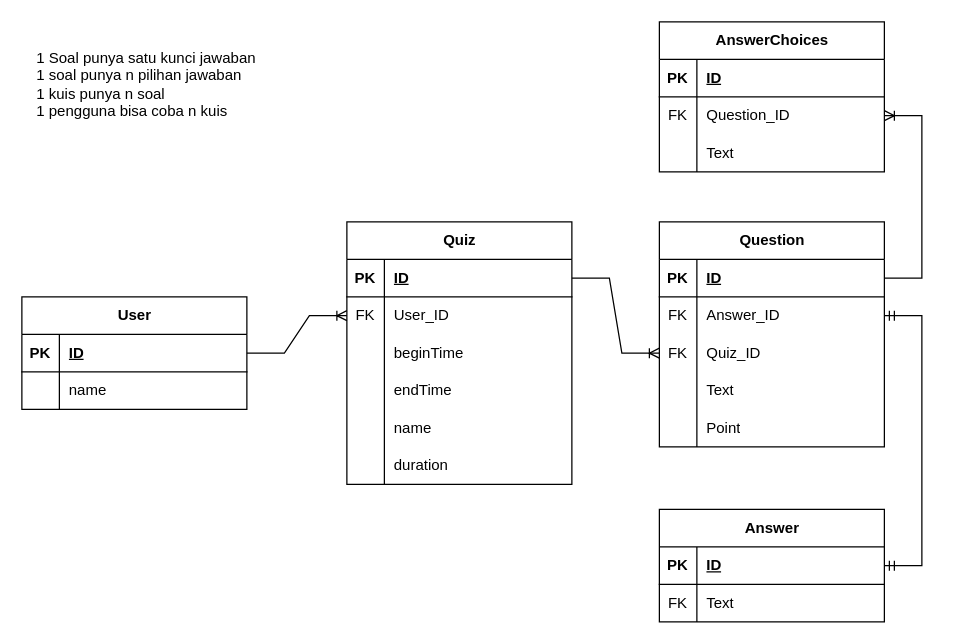
Yuquiz/Yuquiz-BE keeps this draw.io diagram as misc/quizSchema.drawio. Above is the earlier version. Source tidied: cells renumbered, new cells numbered last; positions are measured from the earlier drawing's top-left corner, leaving out a move shared by most shapes. Both pictures are drawn from the tidied source at 125%, with x=0, y=0 at pixel (21, 21).
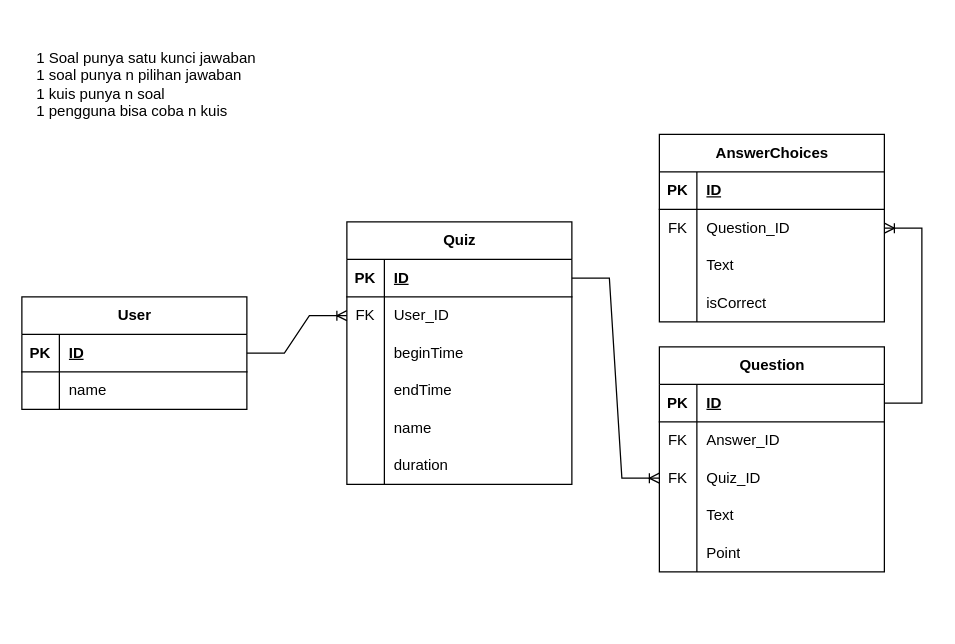
The same diagram, later.

Commit message (it also covers changes not shown here):
ref: update schema

Unchanged cells that the change refers to:
```xml
<mxCell id="3" style="shape=tableRow;horizontal=0;startSize=0;swimlaneHead=0;swimlaneBody=0;fillColor=none;points=[[0,0.5],[1,0.5]];portConstraint=eastwest;top=0;left=0;right=0;bottom=1;" parent="2" vertex="1">
  <mxGeometry y="30" width="180" height="30" as="geometry" />
</mxCell>
<mxCell id="6" style="shape=tableRow;horizontal=0;startSize=0;swimlaneHead=0;swimlaneBody=0;fillColor=none;points=[[0,0.5],[1,0.5]];portConstraint=eastwest;top=0;left=0;right=0;bottom=0;" parent="2" vertex="1">
  <mxGeometry y="60" width="180" height="30" as="geometry" />
</mxCell>
<mxCell id="29" style="shape=tableRow;horizontal=0;startSize=0;swimlaneHead=0;swimlaneBody=0;fillColor=none;points=[[0,0.5],[1,0.5]];portConstraint=eastwest;top=0;left=0;right=0;bottom=0;" parent="25" vertex="1">
  <mxGeometry y="60" width="180" height="30" as="geometry" />
</mxCell>
```

The edit, as a diff of the source:
```diff
@@
     <mxCell id="2" value="Question" style="shape=table;startSize=30;childLayout=tableLayout;rowLines=0;fontStyle=1;align=center;html=1;" parent="1" vertex="1">
-      <mxGeometry x="510" y="160" width="180" height="180" as="geometry" />
+      <mxGeometry x="510" y="260" width="180" height="180" as="geometry" />
     </mxCell>
@@
-    <mxCell id="18" value="Answer" style="shape=table;startSize=30;childLayout=tableLayout;rowLines=0;fontStyle=1;align=center;html=1;" parent="1" vertex="1">
-      <mxGeometry x="510" y="390" width="180" height="90" as="geometry" />
-    </mxCell>
-    <mxCell id="19" style="shape=tableRow;horizontal=0;startSize=0;swimlaneHead=0;swimlaneBody=0;fillColor=none;points=[[0,0.5],[1,0.5]];portConstraint=eastwest;top=0;left=0;right=0;bottom=1;" parent="18" vertex="1">
-      <mxGeometry y="30" width="180" height="30" as="geometry" />
-    </mxCell>
-    <mxCell id="20" value="PK" style="shape=partialRectangle;fillColor=none;top=0;left=0;bottom=0;right=0;fontStyle=1;overflow=hidden;whiteSpace=wrap;html=1;" parent="19" vertex="1">
-      <mxGeometry width="30" height="30" as="geometry" />
-    </mxCell>
-    <mxCell id="21" value="ID" style="shape=partialRectangle;fillColor=none;top=0;left=0;bottom=0;right=0;align=left;spacingLeft=6;fontStyle=5;overflow=hidden;whiteSpace=wrap;html=1;" parent="19" vertex="1">
-      <mxGeometry x="30" width="150" height="30" as="geometry" />
-    </mxCell>
-    <mxCell id="22" style="shape=tableRow;horizontal=0;startSize=0;swimlaneHead=0;swimlaneBody=0;fillColor=none;top=0;left=0;right=0;bottom=0;" parent="18" vertex="1">
-      <mxGeometry y="60" width="180" height="30" as="geometry" />
-    </mxCell>
-    <mxCell id="23" value="FK" style="shape=partialRectangle;fillColor=none;top=0;left=0;bottom=0;right=0;overflow=hidden;whiteSpace=wrap;html=1;" parent="22" vertex="1">
-      <mxGeometry width="30" height="30" as="geometry" />
-    </mxCell>
-    <mxCell id="24" value="Text" style="shape=partialRectangle;fillColor=none;top=0;left=0;bottom=0;right=0;align=left;spacingLeft=6;overflow=hidden;whiteSpace=wrap;html=1;" parent="22" vertex="1">
-      <mxGeometry x="30" width="150" height="30" as="geometry" />
-    </mxCell>
     <mxCell id="25" value="AnswerChoices" style="shape=table;startSize=30;childLayout=tableLayout;rowLines=0;fontStyle=1;align=center;html=1;" parent="1" vertex="1">
-      <mxGeometry x="510" width="180" height="120" as="geometry" />
+      <mxGeometry x="510" y="90" width="180" height="150" as="geometry" />
     </mxCell>
@@
+    <mxCell id="66" style="shape=tableRow;horizontal=0;startSize=0;swimlaneHead=0;swimlaneBody=0;fillColor=none;top=0;left=0;right=0;bottom=0;" parent="25" vertex="1">
+      <mxGeometry y="120" width="180" height="30" as="geometry" />
+    </mxCell>
+    <mxCell id="67" style="shape=partialRectangle;fillColor=none;top=0;left=0;bottom=0;right=0;overflow=hidden;whiteSpace=wrap;html=1;" parent="66" vertex="1">
+      <mxGeometry width="30" height="30" as="geometry" />
+    </mxCell>
+    <mxCell id="68" value="isCorrect" style="shape=partialRectangle;fillColor=none;top=0;left=0;bottom=0;right=0;align=left;spacingLeft=6;overflow=hidden;whiteSpace=wrap;html=1;" parent="66" vertex="1">
+      <mxGeometry x="30" width="150" height="30" as="geometry" />
+    </mxCell>
@@
     <mxCell id="63" style="edgeStyle=entityRelationEdgeStyle;fontSize=12;html=1;endArrow=ERoneToMany;rounded=0;entryX=1;entryY=0.5;entryDx=0;entryDy=0;exitX=1;exitY=0.5;exitDx=0;exitDy=0;" parent="1" edge="1" source="3" target="29">
       <mxGeometry relative="1" as="geometry">
         <Array as="points">
-          <mxPoint x="700" y="370" />
+          <mxPoint x="700" y="470" />
         </Array>
       </mxGeometry>
     </mxCell>
-    <mxCell id="64" style="edgeStyle=entityRelationEdgeStyle;fontSize=12;html=1;endArrow=ERmandOne;startArrow=ERmandOne;rounded=0;entryX=1;entryY=0.5;entryDx=0;entryDy=0;exitX=1;exitY=0.5;exitDx=0;exitDy=0;" parent="1" edge="1" source="19" target="6">
-      <mxGeometry relative="1" as="geometry">
-        <Array as="points">
-          <mxPoint x="480" y="170" />
-          <mxPoint x="750" y="170" />
-          <mxPoint x="500" y="160" />
-        </Array>
-      </mxGeometry>
-    </mxCell>
```
